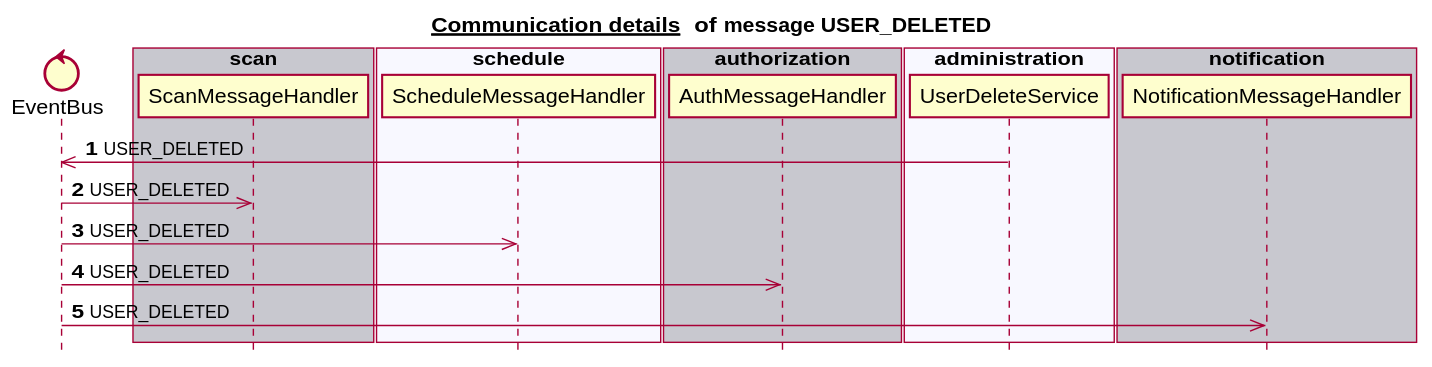
The PlantUML diagram docs/latest/images/gen_domain_messaging_user_deleted.svg in mercedes-benz/sechub, before a commit.
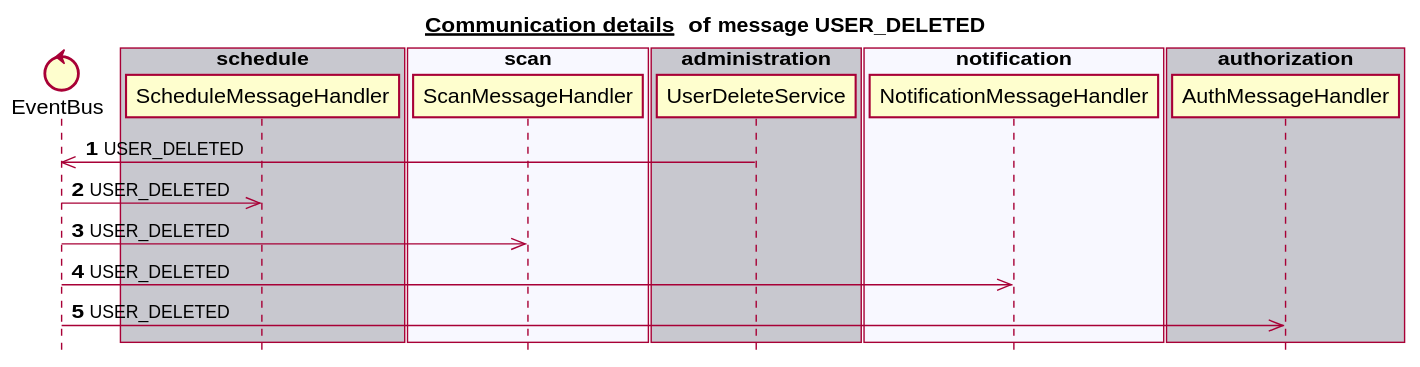
The same diagram one commit later.

The edit, as a diff of the source:
```diff
@@ -6,27 +6,27 @@
 
 
 control EventBus
-box "scan" #C8C8CF
+box "schedule" #C8C8CF
+   participant ScheduleMessageHandler
+end box
+box "scan" #F8F8FF
    participant ScanMessageHandler
 end box
-box "schedule" #F8F8FF
-   participant ScheduleMessageHandler
+box "administration" #C8C8CF
+   participant UserDeleteService
+end box
+box "notification" #F8F8FF
+   participant NotificationMessageHandler
 end box
 box "authorization" #C8C8CF
    participant AuthMessageHandler
 end box
-box "administration" #F8F8FF
-   participant UserDeleteService
-end box
-box "notification" #C8C8CF
-   participant NotificationMessageHandler
-end box
 autonumber 1
 UserDeleteService ->> EventBus:USER_DELETED
+EventBus ->> ScheduleMessageHandler:USER_DELETED
 EventBus ->> ScanMessageHandler:USER_DELETED
-EventBus ->> ScheduleMessageHandler:USER_DELETED
+EventBus ->> NotificationMessageHandler:USER_DELETED
 EventBus ->> AuthMessageHandler:USER_DELETED
-EventBus ->> NotificationMessageHandler:USER_DELETED
 autonumber stop
 
 
```
